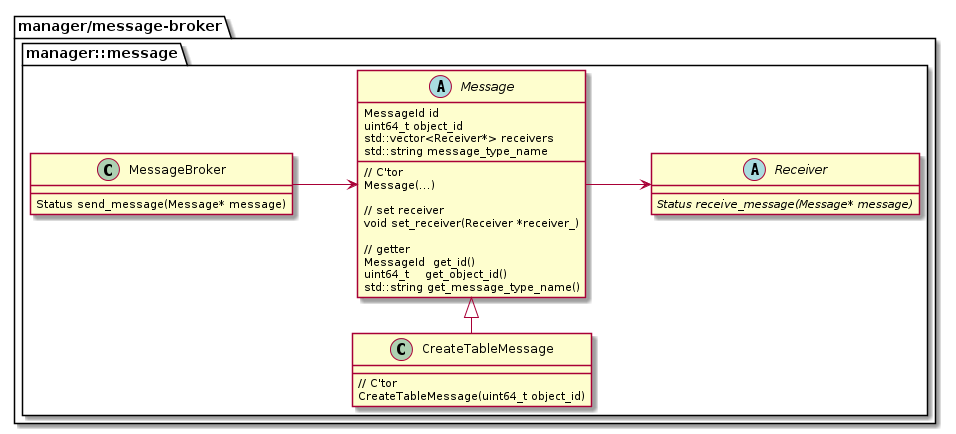
Earlier version of the PlantUML export docs/img/out/Command_detail/Command_detail.png (project-tsurugi/tsurugi_fdw).
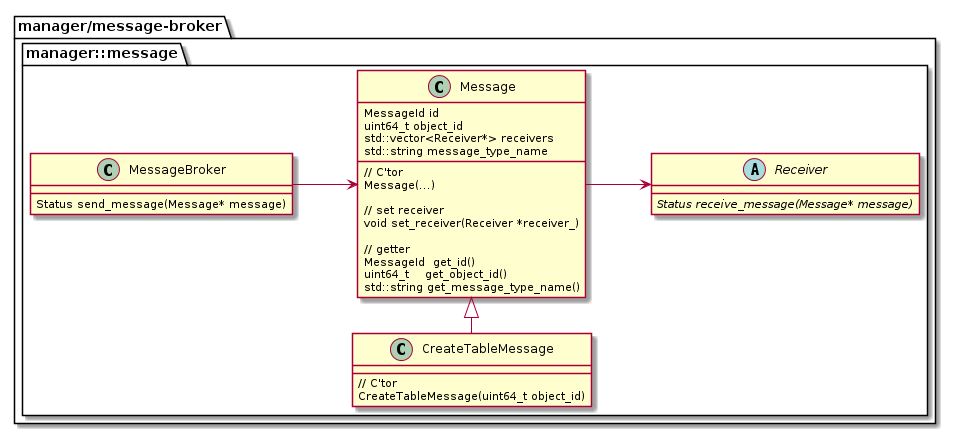
The same diagram one commit later.

Change to the diagram source:
```diff
@@ -7,7 +7,7 @@
       {abstract} Status receive_message(Message* message)
     }
 
-    abstract class Message{
+    class Message{
     	{field}MessageId id
     	{field}uint64_t object_id
     	{field}std::vector<Receiver*> receivers
```
